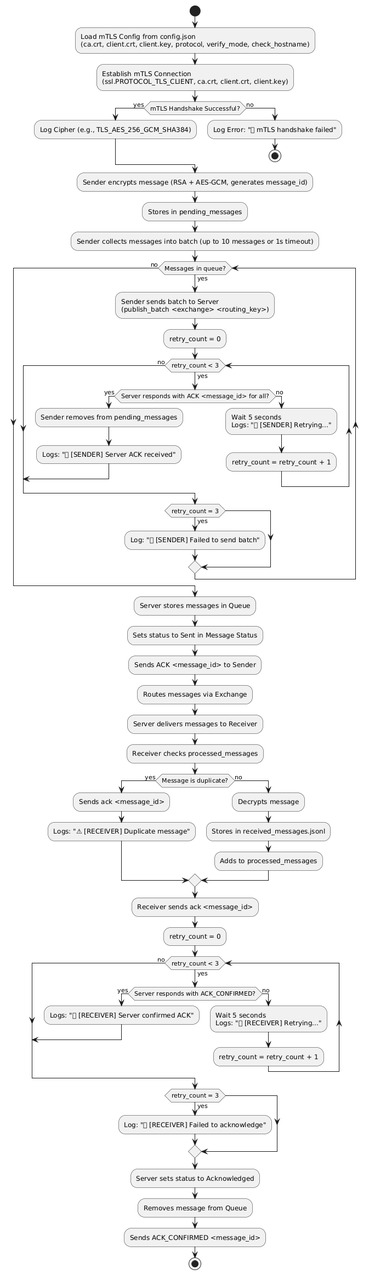
CipherSecurityLab/CipherMQ keeps this PlantUML diagram as docs/diagrams/Activity_Diagram.png. Above is the earlier version.
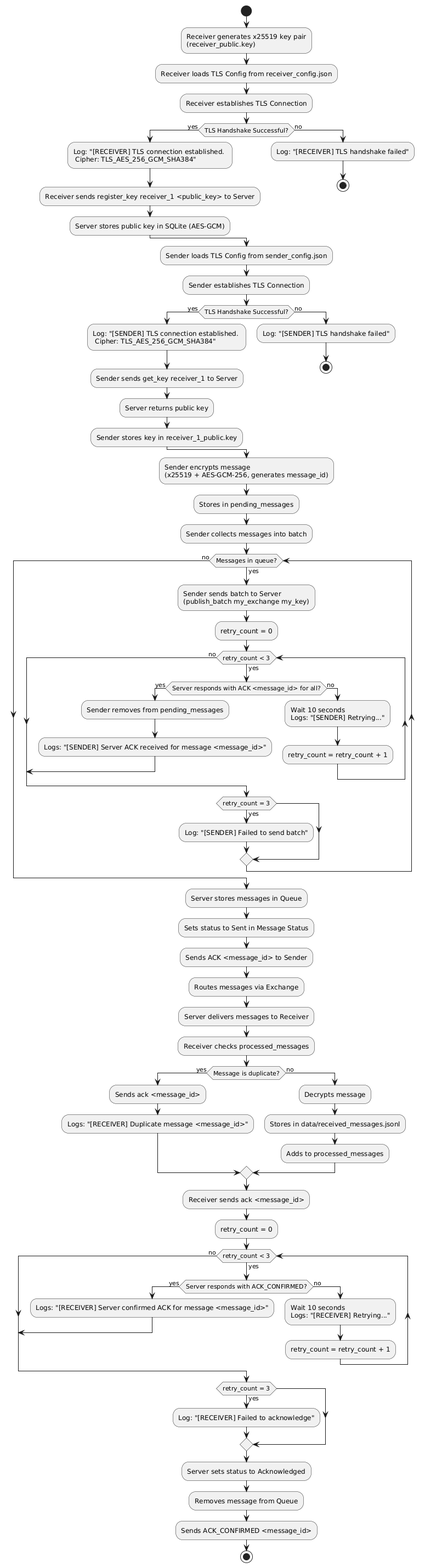
After the change.

Change to the diagram source:
```diff
@@ -1,35 +1,50 @@
 @startuml
 start
 
-:Load mTLS Config from config.json\n(ca.crt, client.crt, client.key, protocol, verify_mode, check_hostname);
-:Establish mTLS Connection\n(ssl.PROTOCOL_TLS_CLIENT, ca.crt, client.crt, client.key);
-if (mTLS Handshake Successful?) then (yes)
-    :Log Cipher (e.g., TLS_AES_256_GCM_SHA384);
+:Receiver generates x25519 key pair\n(receiver_public.key);
+:Receiver loads TLS Config from receiver_config.json;
+:Receiver establishes TLS Connection;
+if (TLS Handshake Successful?) then (yes)
+    :Log: "[RECEIVER] TLS connection established. \n Cipher: TLS_AES_256_GCM_SHA384";
+    :Receiver sends register_key receiver_1 <public_key> to Server;
+    :Server stores public key in SQLite (AES-GCM);
 else (no)
-    :Log Error: "❌ mTLS handshake failed";
+    :Log: "[RECEIVER] TLS handshake failed";
     stop
 endif
 
-:Sender encrypts message (RSA + AES-GCM, generates message_id);
+:Sender loads TLS Config from sender_config.json;
+:Sender establishes TLS Connection;
+if (TLS Handshake Successful?) then (yes)
+    :Log: "[SENDER] TLS connection established. \n Cipher: TLS_AES_256_GCM_SHA384";
+    :Sender sends get_key receiver_1 to Server;
+    :Server returns public key;
+    :Sender stores key in receiver_1_public.key;
+else (no)
+    :Log: "[SENDER] TLS handshake failed";
+    stop
+endif
+
+:Sender encrypts message\n(x25519 + AES-GCM-256, generates message_id);
 :Stores in pending_messages;
 
-:Sender collects messages into batch (up to 10 messages or 1s timeout);
+:Sender collects messages into batch;
 
 while (Messages in queue?) is (yes)
-    :Sender sends batch to Server\n(publish_batch <exchange> <routing_key>);
+    :Sender sends batch to Server\n(publish_batch my_exchange my_key);
     :retry_count = 0;
     while (retry_count < 3) is (yes)
         if (Server responds with ACK <message_id> for all?) then (yes)
             :Sender removes from pending_messages;
-            :Logs: "✅ [SENDER] Server ACK received";
+            :Logs: "[SENDER] Server ACK received for message <message_id>";
             break
         else (no)
-            :Wait 5 seconds\nLogs: "🔁 [SENDER] Retrying...";
+            :Wait 10 seconds\nLogs: "[SENDER] Retrying...";
             :retry_count = retry_count + 1;
         endif
     endwhile (no)
     if (retry_count = 3) then (yes)
-        :Log: "❌ [SENDER] Failed to send batch";
+        :Log: "[SENDER] Failed to send batch";
     endif
 endwhile (no)
 
@@ -43,10 +58,10 @@
 :Receiver checks processed_messages;
 if (Message is duplicate?) then (yes)
     :Sends ack <message_id>;
-    :Logs: "⚠️ [RECEIVER] Duplicate message";
+    :Logs: "[RECEIVER] Duplicate message <message_id>";
 else (no)
     :Decrypts message;
-    :Stores in received_messages.jsonl;
+    :Stores in data/received_messages.jsonl;
     :Adds to processed_messages;
 endif
 
@@ -54,15 +69,15 @@
 :retry_count = 0;
 while (retry_count < 3) is (yes)
     if (Server responds with ACK_CONFIRMED?) then (yes)
-        :Logs: "✅ [RECEIVER] Server confirmed ACK";
+        :Logs: "[RECEIVER] Server confirmed ACK for message <message_id>";
         break
     else (no)
-        :Wait 5 seconds\nLogs: "🔁 [RECEIVER] Retrying...";
+        :Wait 10 seconds\nLogs: "[RECEIVER] Retrying...";
         :retry_count = retry_count + 1;
     endif
 endwhile (no)
 if (retry_count = 3) then (yes)
-    :Log: "❌ [RECEIVER] Failed to acknowledge";
+    :Log: "[RECEIVER] Failed to acknowledge";
 endif
 
 :Server sets status to Acknowledged;
```
